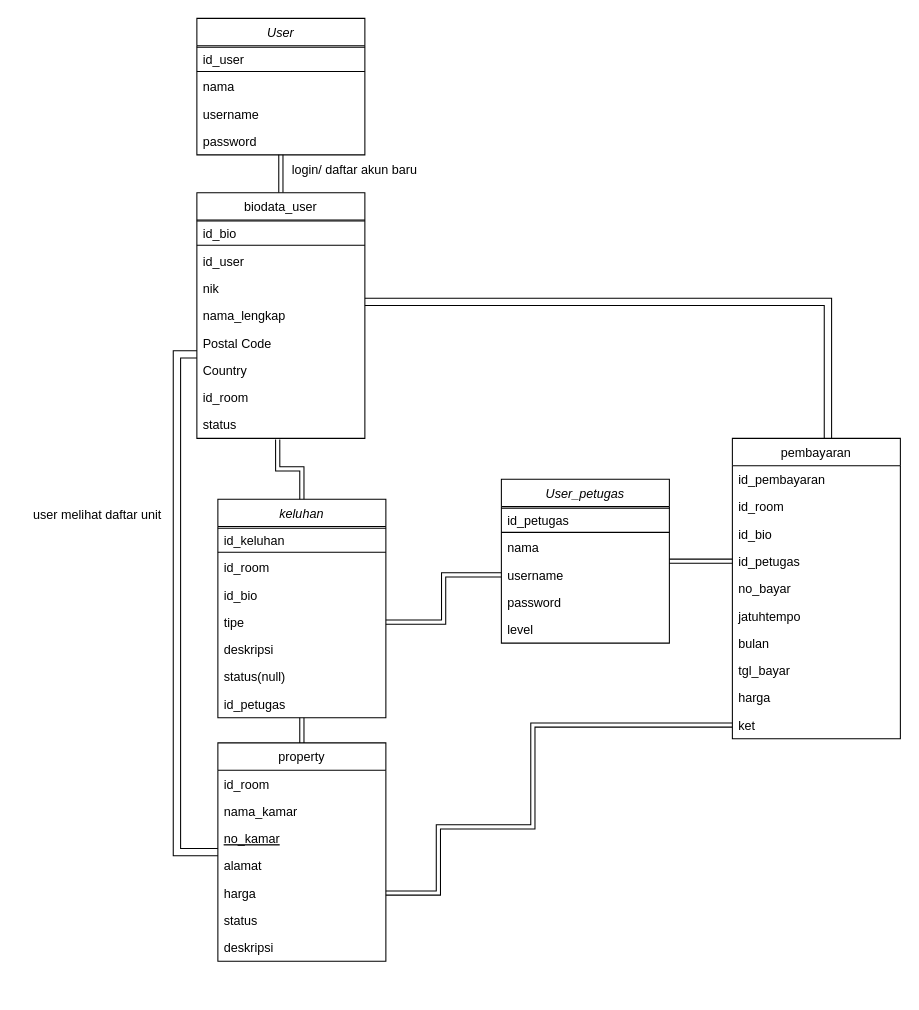
This is Rancangan Database Rentopia.drawio from Deanoki/Rentopia-Dashboard, a draw.io file, before an edit. Source tidied: cells renumbered, new cells numbered last; positions are measured from the earlier drawing's top-left corner, leaving out a move shared by most shapes. Both pictures are drawn from the tidied source at 105%, with x=0, y=0 at pixel (18, 18).
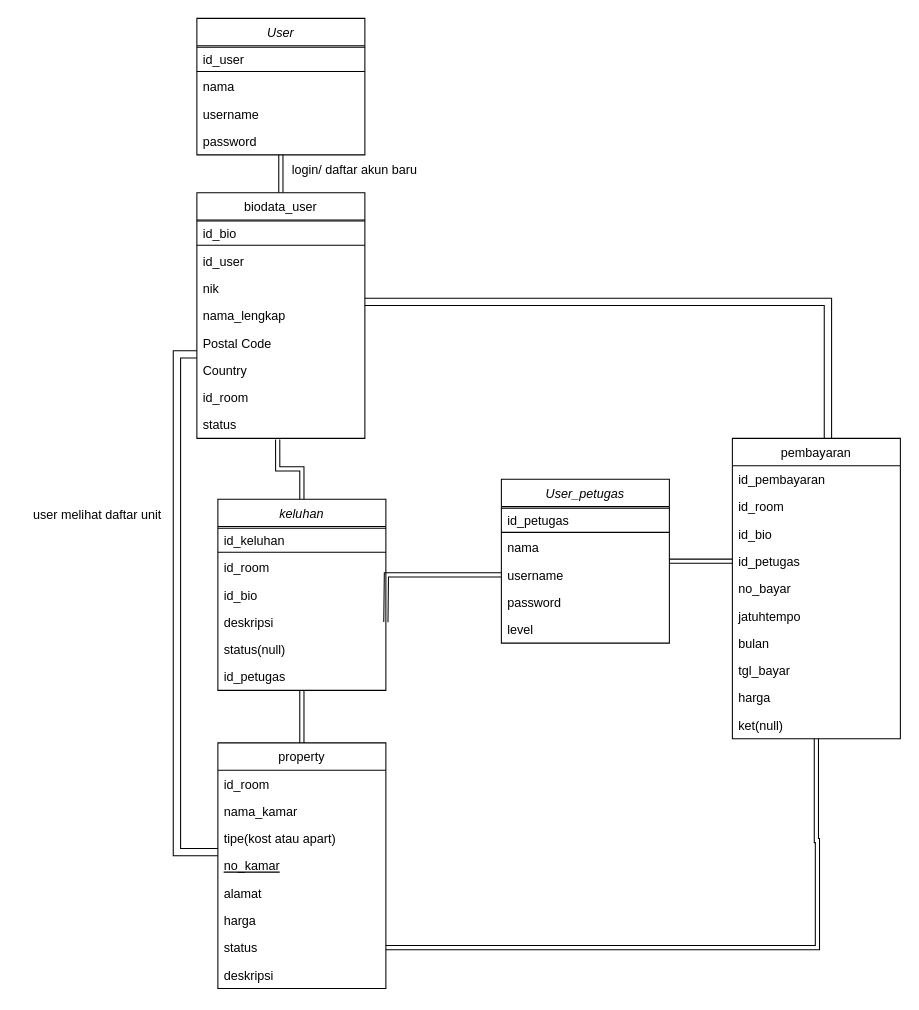
The same diagram, later.

Unchanged cells that the change refers to:
```xml
<mxCell id="19" value="pembayaran" style="swimlane;fontStyle=0;align=center;verticalAlign=top;horizontal=1;startSize=26;rounded=0;shadow=0;strokeWidth=1;" parent="1" vertex="1">
  <mxGeometry x="680" y="400" width="160" height="286" as="geometry" />
</mxCell>
<mxCell id="45" value="username" style="text;align=left;verticalAlign=top;spacingLeft=4;spacingRight=4;overflow=hidden;points=[[0,0.5],[1,0.5]];portConstraint=eastwest;" parent="41" vertex="1">
  <mxGeometry y="78" width="160" height="26" as="geometry" />
</mxCell>
```

Diff of the diagram source:
```diff
@@
     <mxCell id="11" value="property" style="swimlane;fontStyle=0;align=center;verticalAlign=top;horizontal=1;startSize=26;rounded=0;shadow=0;strokeWidth=1;" parent="1" vertex="1">
-      <mxGeometry x="190" y="690" width="160" height="208" as="geometry" />
+      <mxGeometry x="190" y="690" width="160" height="234" as="geometry" />
     </mxCell>
@@
+    <mxCell id="63" value="tipe(kost atau apart)" style="text;align=left;verticalAlign=top;spacingLeft=4;spacingRight=4;overflow=hidden;rounded=0;shadow=0;html=0;" parent="11" vertex="1">
+      <mxGeometry y="78" width="160" height="26" as="geometry" />
+    </mxCell>
     <mxCell id="14" value="no_kamar" style="text;align=left;verticalAlign=top;spacingLeft=4;spacingRight=4;overflow=hidden;fontStyle=4;" parent="11" vertex="1">
-      <mxGeometry y="78" width="160" height="26" as="geometry" />
+      <mxGeometry y="104" width="160" height="26" as="geometry" />
     </mxCell>
     <mxCell id="15" value="alamat" style="text;align=left;verticalAlign=top;spacingLeft=4;spacingRight=4;overflow=hidden;" parent="11" vertex="1">
-      <mxGeometry y="104" width="160" height="26" as="geometry" />
+      <mxGeometry y="130" width="160" height="26" as="geometry" />
     </mxCell>
     <mxCell id="16" value="harga" style="text;align=left;verticalAlign=top;spacingLeft=4;spacingRight=4;overflow=hidden;points=[[0,0.5],[1,0.5]];portConstraint=eastwest;" parent="11" vertex="1">
-      <mxGeometry y="130" width="160" height="26" as="geometry" />
+      <mxGeometry y="156" width="160" height="26" as="geometry" />
     </mxCell>
     <mxCell id="17" value="status" style="text;align=left;verticalAlign=top;spacingLeft=4;spacingRight=4;overflow=hidden;points=[[0,0.5],[1,0.5]];portConstraint=eastwest;" parent="11" vertex="1">
-      <mxGeometry y="156" width="160" height="26" as="geometry" />
+      <mxGeometry y="182" width="160" height="26" as="geometry" />
     </mxCell>
     <mxCell id="18" value="deskripsi" style="text;align=left;verticalAlign=top;spacingLeft=4;spacingRight=4;overflow=hidden;" parent="11" vertex="1">
-      <mxGeometry y="182" width="160" height="26" as="geometry" />
+      <mxGeometry y="208" width="160" height="26" as="geometry" />
     </mxCell>
+    <mxCell id="64" style="edgeStyle=orthogonalEdgeStyle;shape=link;rounded=0;jettySize=auto;html=1;entryX=1;entryY=0.5;entryDx=0;entryDy=0;" parent="1" edge="1" source="19" target="17">
+      <mxGeometry relative="1" as="geometry">
+        <Array as="points">
+          <mxPoint x="760" y="783" />
+          <mxPoint x="761" y="783" />
+          <mxPoint x="761" y="885" />
+        </Array>
+      </mxGeometry>
+    </mxCell>
@@
-    <mxCell id="29" value="ket" style="text;align=left;verticalAlign=top;spacingLeft=4;spacingRight=4;overflow=hidden;points=[[0,0.5],[1,0.5]];portConstraint=eastwest;" parent="19" vertex="1">
+    <mxCell id="29" value="ket(null)" style="text;align=left;verticalAlign=top;spacingLeft=4;spacingRight=4;overflow=hidden;points=[[0,0.5],[1,0.5]];portConstraint=eastwest;" parent="19" vertex="1">
       <mxGeometry y="260" width="160" height="26" as="geometry" />
     </mxCell>
@@
-    <mxCell id="48" style="edgeStyle=orthogonalEdgeStyle;shape=link;rounded=0;jettySize=auto;html=1;" parent="1" edge="1" source="16" target="29">
-      <mxGeometry relative="1" as="geometry">
-        <Array as="points">
-          <mxPoint x="400" y="833" />
-          <mxPoint x="400" y="770" />
-          <mxPoint x="490" y="770" />
-        </Array>
-      </mxGeometry>
-    </mxCell>
@@
     <mxCell id="50" value="keluhan" style="swimlane;fontStyle=2;align=center;verticalAlign=top;horizontal=1;startSize=26;rounded=0;shadow=0;strokeWidth=1;" parent="1" vertex="1">
-      <mxGeometry x="190" y="458" width="160" height="208" as="geometry" />
+      <mxGeometry x="190" y="458" width="160" height="182" as="geometry" />
     </mxCell>
@@
-    <mxCell id="55" value="tipe" style="text;align=left;verticalAlign=top;spacingLeft=4;spacingRight=4;overflow=hidden;points=[[0,0.5],[1,0.5]];portConstraint=eastwest;" parent="50" vertex="1">
-      <mxGeometry y="104" width="160" height="26" as="geometry" />
-    </mxCell>
     <mxCell id="56" value="deskripsi" style="text;align=left;verticalAlign=top;spacingLeft=4;spacingRight=4;overflow=hidden;" parent="50" vertex="1">
-      <mxGeometry y="130" width="160" height="26" as="geometry" />
+      <mxGeometry y="104" width="160" height="26" as="geometry" />
     </mxCell>
     <mxCell id="57" value="status(null)" style="text;align=left;verticalAlign=top;spacingLeft=4;spacingRight=4;overflow=hidden;" parent="50" vertex="1">
-      <mxGeometry y="156" width="160" height="26" as="geometry" />
+      <mxGeometry y="130" width="160" height="26" as="geometry" />
     </mxCell>
     <mxCell id="58" value="id_petugas" style="text;align=left;verticalAlign=top;spacingLeft=4;spacingRight=4;overflow=hidden;" parent="50" vertex="1">
-      <mxGeometry y="182" width="160" height="26" as="geometry" />
+      <mxGeometry y="156" width="160" height="26" as="geometry" />
     </mxCell>
@@
-    <mxCell id="60" style="edgeStyle=orthogonalEdgeStyle;shape=link;rounded=0;jettySize=auto;html=1;" parent="1" edge="1" source="45" target="55">
-      <mxGeometry relative="1" as="geometry" />
+    <mxCell id="60" style="edgeStyle=orthogonalEdgeStyle;shape=link;rounded=0;jettySize=auto;html=1;" parent="1" edge="1" source="45">
+      <mxGeometry relative="1" as="geometry">
+        <mxPoint x="350" y="575" as="targetPoint" />
+      </mxGeometry>
     </mxCell>
```
